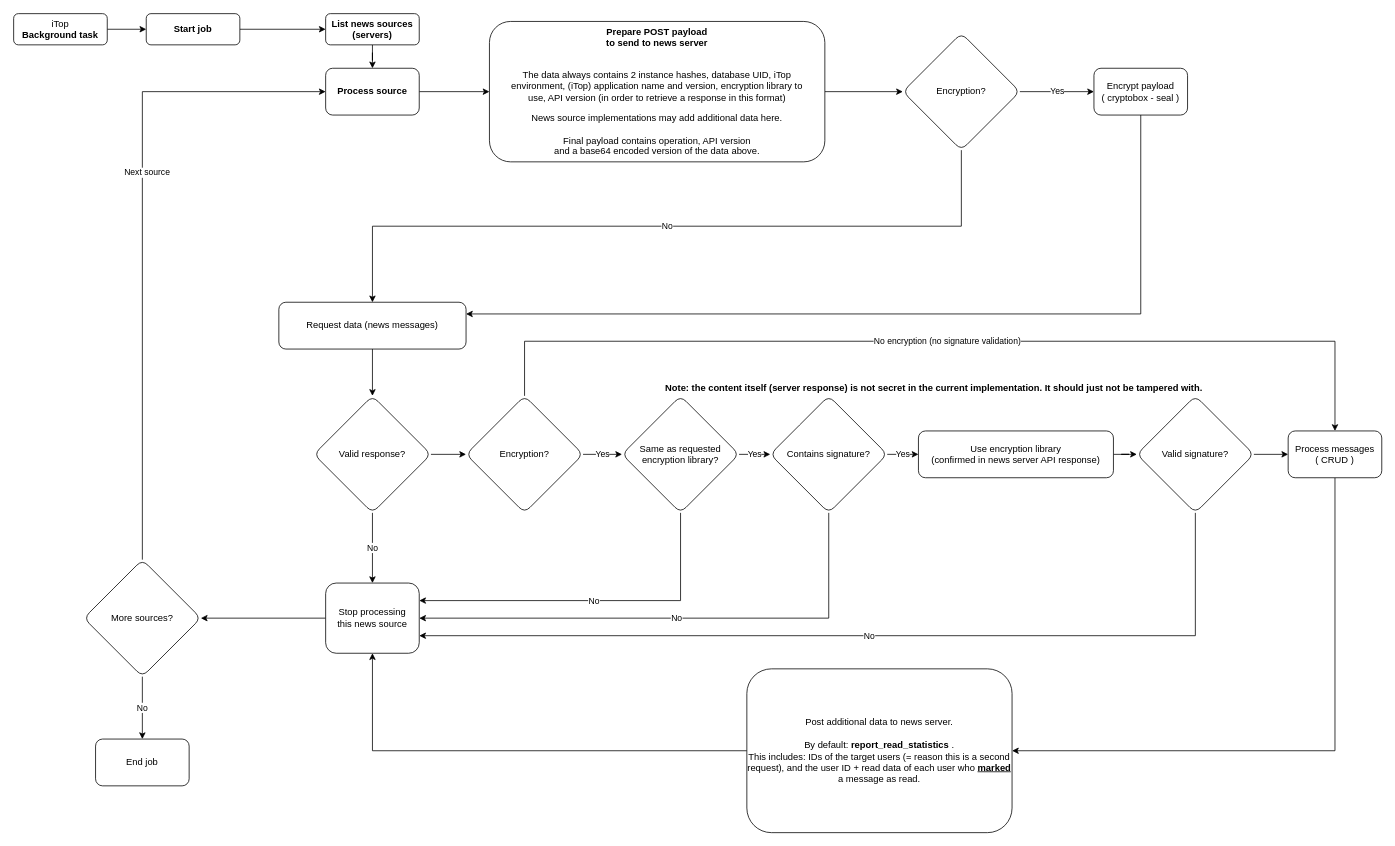
jbostoen/itop-jb-news keeps this draw.io diagram as page "Cron job" (2 of 3) of documentation/Diagram - background process.drawio. Above is the earlier version. Source tidied: cells renumbered, new cells numbered last; positions are measured from the earlier drawing's top-left corner, leaving out a move shared by most shapes. Both pictures are drawn from the tidied source at 78%, with x=0, y=0 at pixel (13, 13).
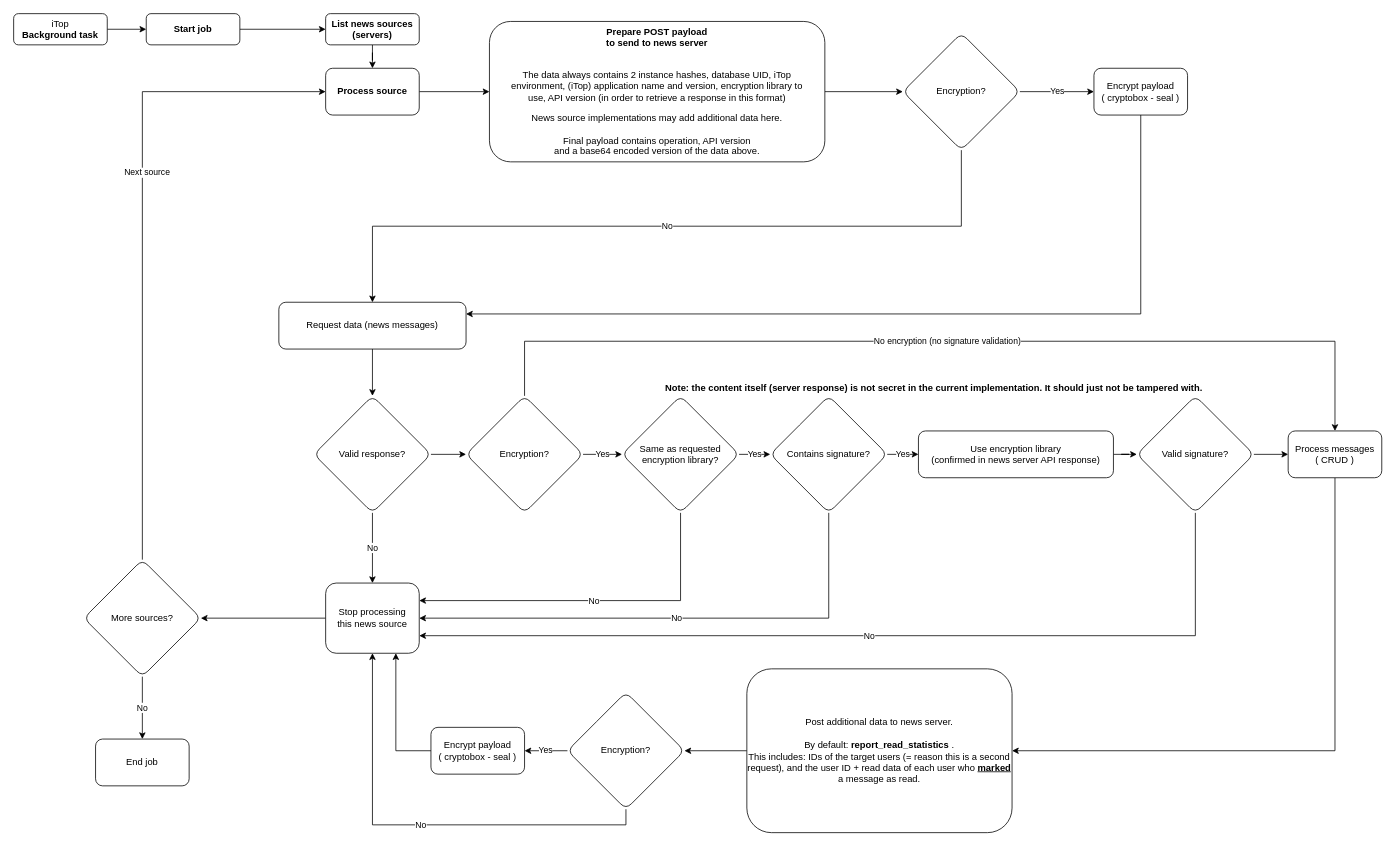
After the change.

The change refers to these unchanged cells:
```xml
<mxCell id="16" value="Stop processing&lt;br&gt;this news source" style="whiteSpace=wrap;html=1;rounded=1;glass=0;strokeWidth=1;shadow=0;" parent="1" vertex="1">
  <mxGeometry x="400" y="730" width="120" height="90" as="geometry" />
</mxCell>
<mxCell id="42" value="Post additional data to news server.&lt;br&gt;&lt;br&gt;By default: &lt;b&gt;report_read_statistics &lt;/b&gt;. &lt;br&gt;This includes: IDs of the target users (= reason this is a second request), and the user ID + read data of each user who &lt;u&gt;&lt;b&gt;marked &lt;/b&gt;&lt;/u&gt;a message as read." style="whiteSpace=wrap;html=1;rounded=1;glass=0;strokeWidth=1;shadow=0;" parent="1" vertex="1">
  <mxGeometry x="940" y="840" width="340" height="210" as="geometry" />
</mxCell>
```

Change to the diagram source:
```diff
@@
-    <mxCell id="41" style="edgeStyle=orthogonalEdgeStyle;rounded=0;jettySize=auto;html=1;exitX=0;exitY=0.5;exitDx=0;exitDy=0;entryX=0.5;entryY=1;entryDx=0;entryDy=0;" parent="1" edge="1" source="42" target="16">
-      <mxGeometry relative="1" as="geometry" />
-    </mxCell>
+    <mxCell id="48" style="edgeStyle=orthogonalEdgeStyle;rounded=0;jettySize=auto;html=1;exitX=0;exitY=0.5;exitDx=0;exitDy=0;entryX=1;entryY=0.5;entryDx=0;entryDy=0;" parent="1" edge="1" source="42" target="51">
+      <mxGeometry relative="1" as="geometry" />
+    </mxCell>
@@
+    <mxCell id="49" value="Yes" style="edgeStyle=orthogonalEdgeStyle;rounded=0;jettySize=auto;html=1;exitX=0;exitY=0.5;exitDx=0;exitDy=0;entryX=1;entryY=0.5;entryDx=0;entryDy=0;" parent="1" edge="1" source="51" target="53">
+      <mxGeometry relative="1" as="geometry" />
+    </mxCell>
+    <mxCell id="50" value="No" style="edgeStyle=orthogonalEdgeStyle;rounded=0;jettySize=auto;html=1;exitX=0.5;exitY=1;exitDx=0;exitDy=0;entryX=0.5;entryY=1;entryDx=0;entryDy=0;" parent="1" edge="1" source="51" target="16">
+      <mxGeometry relative="1" as="geometry" />
+    </mxCell>
+    <mxCell id="51" value="Encryption?" style="rhombus;whiteSpace=wrap;html=1;rounded=1;glass=0;strokeWidth=1;shadow=0;" parent="1" vertex="1">
+      <mxGeometry x="710" y="870" width="150" height="150" as="geometry" />
+    </mxCell>
+    <mxCell id="52" style="edgeStyle=orthogonalEdgeStyle;rounded=0;jettySize=auto;html=1;exitX=0;exitY=0.5;exitDx=0;exitDy=0;entryX=0.75;entryY=1;entryDx=0;entryDy=0;" parent="1" edge="1" source="53" target="16">
+      <mxGeometry relative="1" as="geometry" />
+    </mxCell>
+    <mxCell id="53" value="Encrypt payload &lt;br&gt;( cryptobox - seal )" style="whiteSpace=wrap;html=1;rounded=1;glass=0;strokeWidth=1;shadow=0;" parent="1" vertex="1">
+      <mxGeometry x="535" y="915" width="120" height="60" as="geometry" />
+    </mxCell>
```
